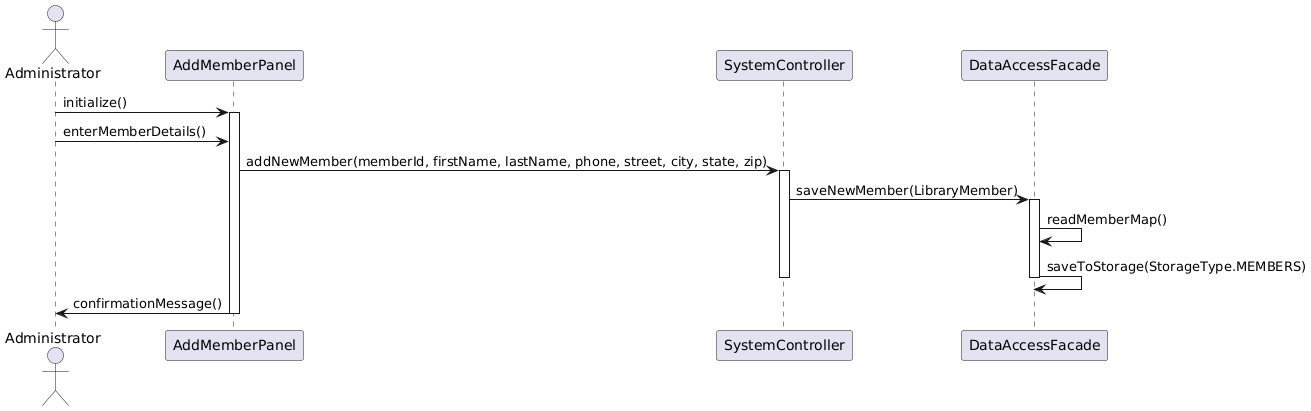
Earlier version of the PlantUML export src/uml/seq2.png (mohammed-almassri/LibraryGroupD). Its diagram source:
```plantuml
@startuml
actor Administrator

Administrator -> AddMemberPanel : initialize()
activate AddMemberPanel

Administrator -> AddMemberPanel : enterMemberDetails()
AddMemberPanel -> SystemController : addNewMember(memberId, firstName, lastName, phone, street, city, state, zip)
activate SystemController

SystemController -> DataAccessFacade : saveNewMember(LibraryMember)
activate DataAccessFacade

DataAccessFacade -> DataAccessFacade : readMemberMap()
DataAccessFacade -> DataAccessFacade : saveToStorage(StorageType.MEMBERS)
deactivate DataAccessFacade

deactivate SystemController

Administrator <- AddMemberPanel : confirmationMessage()
deactivate AddMemberPanel
@enduml
```
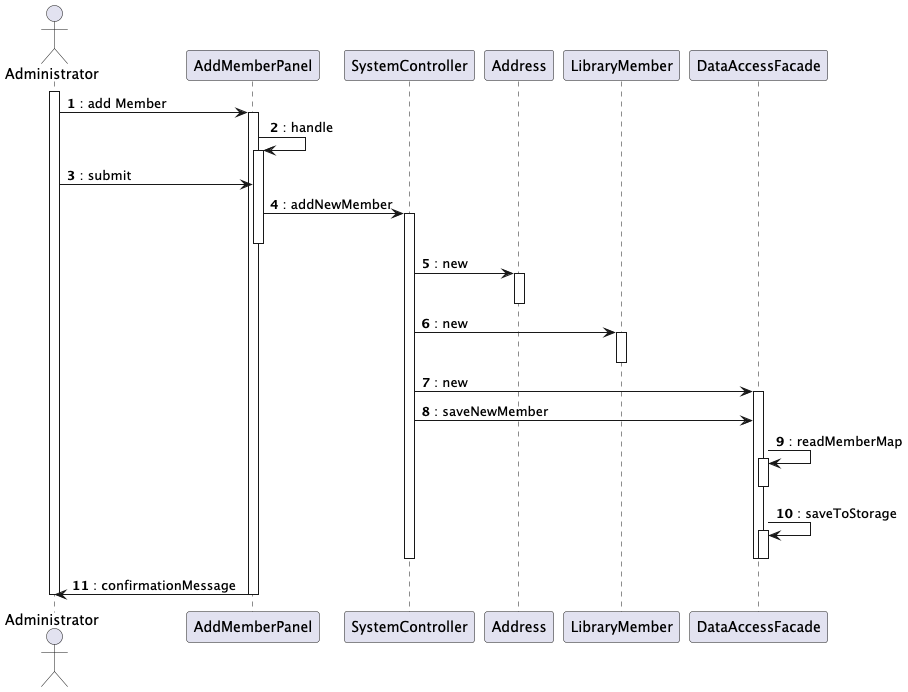
Later version of the same file.

Commit message:
sequence diagram

Change to the diagram source:
```diff
@@ -1,22 +1,43 @@
 @startuml
+autonumber
 actor Administrator
+activate Administrator
 
-Administrator -> AddMemberPanel : initialize()
+Administrator -> AddMemberPanel :: add Member
 activate AddMemberPanel
 
-Administrator -> AddMemberPanel : enterMemberDetails()
-AddMemberPanel -> SystemController : addNewMember(memberId, firstName, lastName, phone, street, city, state, zip)
+AddMemberPanel -> AddMemberPanel :: handle
+activate AddMemberPanel
+Administrator -> AddMemberPanel :: submit
+AddMemberPanel -> SystemController :: addNewMember
 activate SystemController
+deactivate AddMemberPanel
 
-SystemController -> DataAccessFacade : saveNewMember(LibraryMember)
+SystemController -> Address :: new
+activate Address
+deactivate Address
+
+SystemController -> LibraryMember :: new
+activate LibraryMember
+deactivate LibraryMember
+
+SystemController -> DataAccessFacade :: new
 activate DataAccessFacade
+SystemController -> DataAccessFacade :: saveNewMember
 
-DataAccessFacade -> DataAccessFacade : readMemberMap()
-DataAccessFacade -> DataAccessFacade : saveToStorage(StorageType.MEMBERS)
+DataAccessFacade -> DataAccessFacade :: readMemberMap
+activate DataAccessFacade
+deactivate DataAccessFacade
+DataAccessFacade -> DataAccessFacade :: saveToStorage
+activate DataAccessFacade
 deactivate DataAccessFacade
 
+deactivate DataAccessFacade
 deactivate SystemController
 
-Administrator <- AddMemberPanel : confirmationMessage()
+Administrator <- AddMemberPanel :: confirmationMessage
 deactivate AddMemberPanel
+
+deactivate Administrator
+
 @enduml
```
